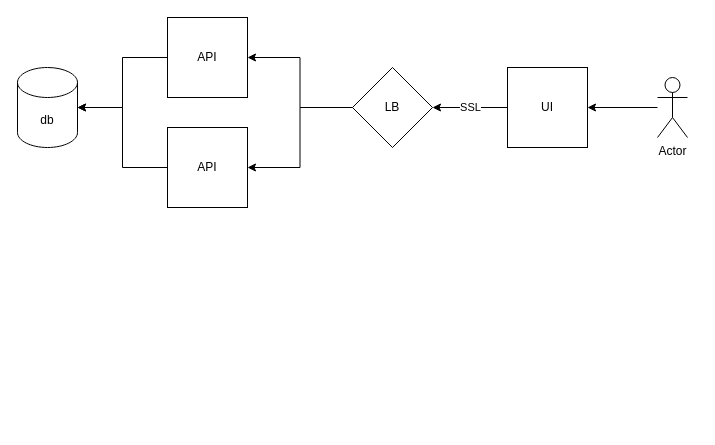
The draw.io diagram Net Worth Calculator.drawio in ravikumarrao/net-worth-calculator, before the edit. Source tidied: cells renumbered, new cells numbered last; positions are measured from the earlier drawing's top-left corner, leaving out a move shared by most shapes. Both pictures are drawn from the tidied source at 100%, with x=0, y=0 at pixel (17, 17).
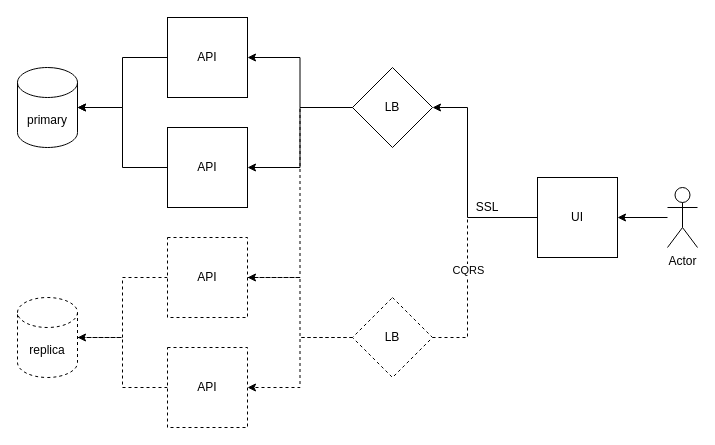
Above is the later version.

The change refers to these unchanged cells:
```xml
<mxCell id="11" value="LB" style="rhombus;whiteSpace=wrap;html=1;" parent="1" vertex="1">
  <mxGeometry x="335" y="50" width="80" height="80" as="geometry" />
</mxCell>
```

The edit, as a diff of the source:
```diff
@@
-    <mxCell id="4" value="db" style="shape=cylinder3;whiteSpace=wrap;html=1;boundedLbl=1;backgroundOutline=1;size=15;" parent="1" vertex="1">
+    <mxCell id="4" value="primary" style="shape=cylinder3;whiteSpace=wrap;html=1;boundedLbl=1;backgroundOutline=1;size=15;" parent="1" vertex="1">
       <mxGeometry y="50" width="60" height="80" as="geometry" />
     </mxCell>
@@
     <mxCell id="6" value="Actor" style="shape=umlActor;verticalLabelPosition=bottom;verticalAlign=top;html=1;outlineConnect=0;" parent="1" vertex="1">
-      <mxGeometry x="640" y="60" width="30" height="60" as="geometry" />
+      <mxGeometry x="650" y="170" width="30" height="60" as="geometry" />
     </mxCell>
@@
+    <mxCell id="15" style="edgeStyle=orthogonalEdgeStyle;rounded=0;jettySize=auto;html=1;entryX=1;entryY=0.5;entryDx=0;entryDy=0;dashed=1;" parent="1" edge="1" source="11" target="19">
+      <mxGeometry relative="1" as="geometry" />
+    </mxCell>
@@
     <mxCell id="12" style="edgeStyle=orthogonalEdgeStyle;rounded=0;jettySize=auto;html=1;entryX=1;entryY=0.5;entryDx=0;entryDy=0;" parent="1" edge="1" source="14" target="11">
-      <mxGeometry relative="1" as="geometry" />
+      <mxGeometry relative="1" as="geometry">
+        <Array as="points">
+          <mxPoint x="450" y="200" />
+          <mxPoint x="450" y="90" />
+        </Array>
+      </mxGeometry>
     </mxCell>
+    <mxCell id="16" style="edgeStyle=orthogonalEdgeStyle;rounded=0;jettySize=auto;html=1;entryX=1;entryY=0.5;entryDx=0;entryDy=0;dashed=1;endArrow=none;endFill=0;" parent="1" edge="1" source="14" target="23">
+      <mxGeometry relative="1" as="geometry">
+        <Array as="points">
+          <mxPoint x="450" y="200" />
+          <mxPoint x="450" y="320" />
+        </Array>
+      </mxGeometry>
+    </mxCell>
+    <mxCell id="17" value="CQRS" style="edgeLabel;html=1;align=center;verticalAlign=middle;" parent="16" vertex="1">
+      <mxGeometry x="0.08" relative="1" as="geometry" />
+    </mxCell>
+    <mxCell id="14" value="UI" style="whiteSpace=wrap;html=1;" parent="1" vertex="1">
+      <mxGeometry x="520" y="160" width="80" height="80" as="geometry" />
+    </mxCell>
+    <mxCell id="18" style="edgeStyle=orthogonalEdgeStyle;rounded=0;jettySize=auto;html=1;dashed=1;entryX=1;entryY=0.5;entryDx=0;entryDy=0;entryPerimeter=0;" parent="1" edge="1" source="19" target="20">
+      <mxGeometry relative="1" as="geometry" />
+    </mxCell>
+    <mxCell id="19" value="API" style="whiteSpace=wrap;html=1;dashed=1;" parent="1" vertex="1">
+      <mxGeometry x="150" y="220" width="80" height="80" as="geometry" />
+    </mxCell>
+    <mxCell id="20" value="replica" style="shape=cylinder3;whiteSpace=wrap;html=1;boundedLbl=1;backgroundOutline=1;size=15;dashed=1;" parent="1" vertex="1">
+      <mxGeometry y="280" width="60" height="80" as="geometry" />
+    </mxCell>
+    <mxCell id="21" style="edgeStyle=orthogonalEdgeStyle;rounded=0;jettySize=auto;html=1;entryX=1;entryY=0.5;entryDx=0;entryDy=0;dashed=1;endArrow=none;endFill=0;" parent="1" edge="1" source="23" target="19">
+      <mxGeometry relative="1" as="geometry" />
+    </mxCell>
+    <mxCell id="22" style="edgeStyle=orthogonalEdgeStyle;rounded=0;jettySize=auto;html=1;entryX=1;entryY=0.5;entryDx=0;entryDy=0;dashed=1;endArrow=classic;endFill=1;" parent="1" edge="1" source="23" target="25">
+      <mxGeometry relative="1" as="geometry" />
+    </mxCell>
+    <mxCell id="23" value="LB" style="rhombus;whiteSpace=wrap;html=1;dashed=1;" parent="1" vertex="1">
+      <mxGeometry x="335" y="280" width="80" height="80" as="geometry" />
+    </mxCell>
+    <mxCell id="24" style="edgeStyle=orthogonalEdgeStyle;rounded=0;jettySize=auto;html=1;entryX=1;entryY=0.5;entryDx=0;entryDy=0;entryPerimeter=0;dashed=1;endArrow=none;endFill=0;" parent="1" edge="1" source="25" target="20">
+      <mxGeometry relative="1" as="geometry" />
+    </mxCell>
+    <mxCell id="25" value="API" style="whiteSpace=wrap;html=1;dashed=1;" parent="1" vertex="1">
+      <mxGeometry x="150" y="330" width="80" height="80" as="geometry" />
+    </mxCell>
-    <mxCell id="13" value="SSL" style="edgeLabel;html=1;align=center;verticalAlign=middle;" parent="12" vertex="1">
-      <mxGeometry x="0.02" y="-1" relative="1" as="geometry" />
+    <mxCell id="13" value="SSL" style="text;html=1;strokeColor=none;fillColor=none;align=center;verticalAlign=middle;whiteSpace=wrap;rounded=0;dashed=1;" parent="1" vertex="1">
+      <mxGeometry x="440" y="175" width="60" height="30" as="geometry" />
     </mxCell>
-    <mxCell id="14" value="UI" style="whiteSpace=wrap;html=1;" parent="1" vertex="1">
-      <mxGeometry x="490" y="50" width="80" height="80" as="geometry" />
-    </mxCell>
```
